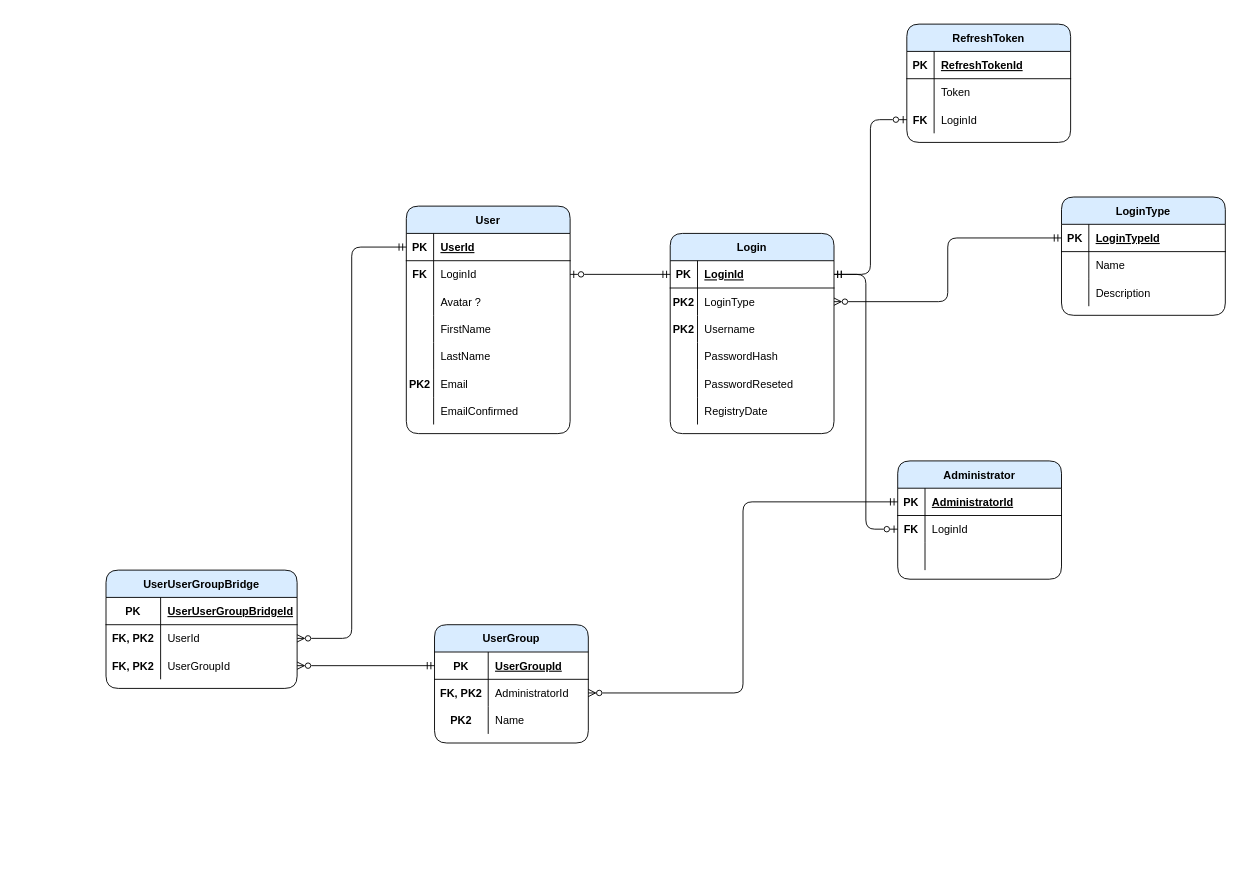
This is Database/Diagrams/TestPointERD.drawio from denleo/TestPoint, a draw.io file, before an edit. Source tidied: cells renumbered, new cells numbered last; positions are measured from the earlier drawing's top-left corner, leaving out a move shared by most shapes. Both pictures are drawn from the tidied source at 91%, with x=0, y=0 at pixel (106, 24).
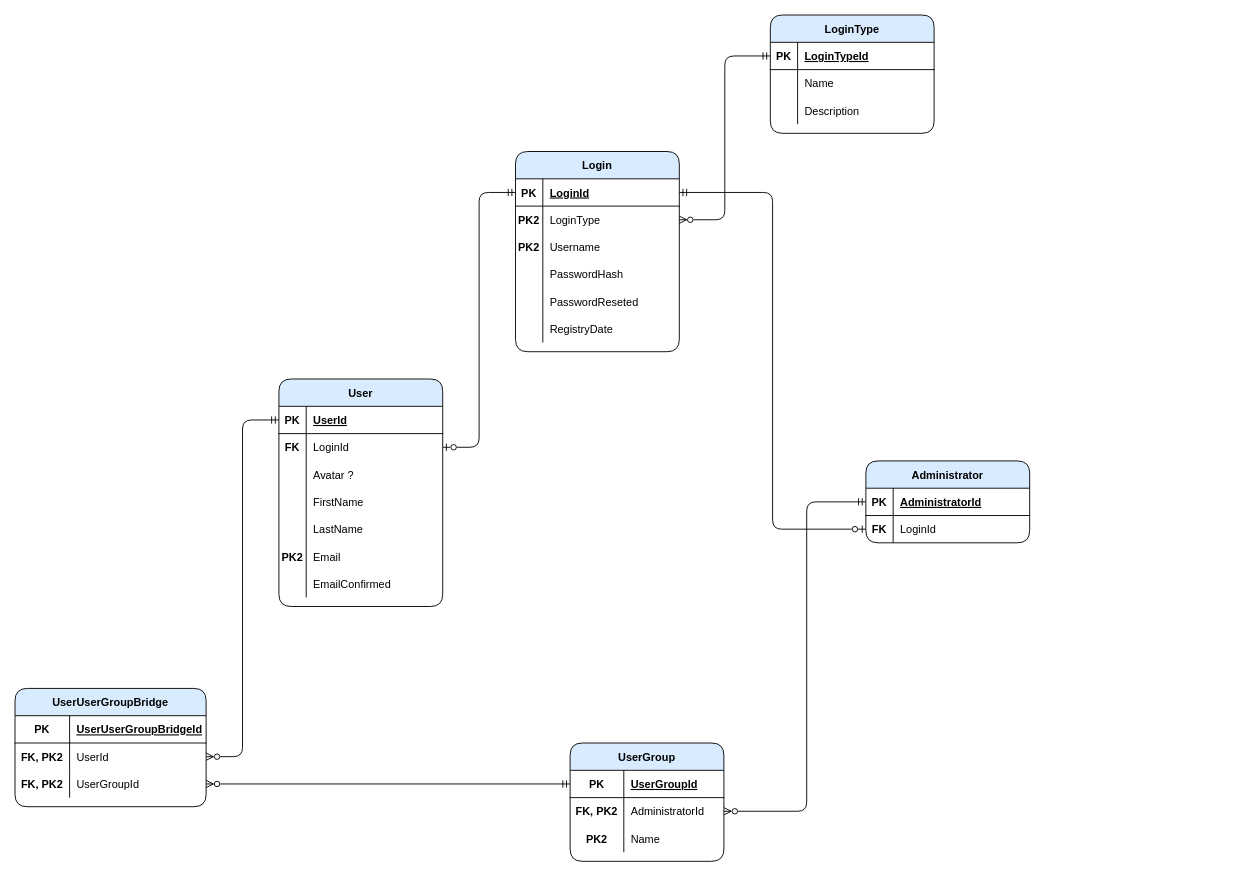
The same diagram, later.

Unchanged cells that the change refers to:
```xml
<mxCell id="3" style="shape=tableRow;horizontal=0;startSize=0;swimlaneHead=0;swimlaneBody=0;fillColor=none;points=[[0,0.5],[1,0.5]];portConstraint=eastwest;top=0;left=0;right=0;bottom=1;" parent="2" vertex="1">
  <mxGeometry y="30" width="180" height="30" as="geometry" />
</mxCell>
<mxCell id="48" style="shape=tableRow;horizontal=0;startSize=0;swimlaneHead=0;swimlaneBody=0;fillColor=none;points=[[0,0.5],[1,0.5]];portConstraint=eastwest;top=0;left=0;right=0;bottom=0;" parent="44" vertex="1">
  <mxGeometry y="60" width="169" height="30" as="geometry" />
</mxCell>
<mxCell id="68" style="shape=tableRow;horizontal=0;startSize=0;swimlaneHead=0;swimlaneBody=0;fillColor=none;points=[[0,0.5],[1,0.5]];portConstraint=eastwest;top=0;left=0;right=0;bottom=1;" parent="67" vertex="1">
  <mxGeometry y="30" width="180" height="30" as="geometry" />
</mxCell>
```

The edit, as a diff of the source:
```diff
@@
     <mxCell id="2" value="Login" style="shape=table;startSize=30;childLayout=tableLayout;rowLines=0;fontStyle=1;align=center;fillStyle=solid;fillColor=#D9ECFF;rounded=1;" parent="1" vertex="1">
-      <mxGeometry x="620" y="230" width="180" height="220" as="geometry" />
+      <mxGeometry x="450" y="140" width="180" height="220" as="geometry" />
     </mxCell>
@@
     <mxCell id="21" value="User" style="shape=table;startSize=30;childLayout=tableLayout;rowLines=0;fontStyle=1;align=center;fillStyle=solid;fillColor=#D9ECFF;rounded=1;" parent="1" vertex="1">
-      <mxGeometry x="330" y="200" width="180" height="250" as="geometry" />
+      <mxGeometry x="190" y="390" width="180" height="250" as="geometry" />
     </mxCell>
@@
     <mxCell id="44" value="UserGroup" style="shape=table;startSize=30;childLayout=tableLayout;rowLines=0;fontStyle=1;align=center;fillStyle=solid;fillColor=#D9ECFF;rounded=1;" parent="1" vertex="1">
-      <mxGeometry x="361" y="660" width="169" height="130" as="geometry" />
+      <mxGeometry x="510" y="790" width="169" height="130" as="geometry" />
     </mxCell>
@@
     <mxCell id="54" style="edgeStyle=orthogonalEdgeStyle;fontSize=12;html=1;endArrow=ERzeroToMany;startArrow=ERmandOne;rounded=1;entryX=1;entryY=0.5;entryDx=0;entryDy=0;endFill=0;exitX=0;exitY=0.5;exitDx=0;exitDy=0;" parent="1" edge="1" source="68" target="48">
-      <mxGeometry relative="1" as="geometry" />
+      <mxGeometry relative="1" as="geometry">
+        <Array as="points">
+          <mxPoint x="770" y="525" />
+          <mxPoint x="770" y="865" />
+        </Array>
+      </mxGeometry>
     </mxCell>
     <mxCell id="55" value="UserUserGroupBridge" style="shape=table;startSize=30;childLayout=tableLayout;rowLines=0;fontStyle=1;align=center;fillStyle=solid;fillColor=#D9ECFF;rounded=1;" parent="1" vertex="1">
-      <mxGeometry y="600" width="210" height="130" as="geometry" />
+      <mxGeometry x="-100" y="730" width="210" height="130" as="geometry" />
     </mxCell>
@@
     <mxCell id="67" value="Administrator" style="shape=table;startSize=30;childLayout=tableLayout;rowLines=0;fontStyle=1;align=center;fillStyle=solid;fillColor=#D9ECFF;rounded=1;" parent="1" vertex="1">
-      <mxGeometry x="870" y="480" width="180" height="130" as="geometry" />
+      <mxGeometry x="835" y="480" width="180" height="90" as="geometry" />
     </mxCell>
@@
-    <mxCell id="74" style="shape=tableRow;horizontal=0;startSize=0;swimlaneHead=0;swimlaneBody=0;fillColor=none;top=0;left=0;right=0;bottom=0;" parent="67" vertex="1">
-      <mxGeometry y="90" width="180" height="30" as="geometry" />
-    </mxCell>
-    <mxCell id="75" style="shape=partialRectangle;fillColor=none;top=0;left=0;bottom=0;right=0;overflow=hidden;" parent="74" vertex="1">
-      <mxGeometry width="30" height="30" as="geometry" />
-    </mxCell>
-    <mxCell id="76" style="shape=partialRectangle;fillColor=none;top=0;left=0;bottom=0;right=0;align=left;spacingLeft=6;overflow=hidden;" parent="74" vertex="1">
-      <mxGeometry x="30" width="150" height="30" as="geometry" />
-    </mxCell>
@@
     <mxCell id="78" value="LoginType" style="shape=table;startSize=30;childLayout=tableLayout;rowLines=0;fontStyle=1;align=center;fillStyle=solid;fillColor=#D9ECFF;rounded=1;" parent="1" vertex="1">
-      <mxGeometry x="1050" y="190" width="180" height="130" as="geometry" />
+      <mxGeometry x="730" y="-10" width="180" height="130" as="geometry" />
     </mxCell>
@@
-    <mxCell id="89" value="RefreshToken" style="shape=table;startSize=30;childLayout=tableLayout;rowLines=0;fontStyle=1;align=center;fillStyle=solid;fillColor=#D9ECFF;rounded=1;" parent="1" vertex="1">
-      <mxGeometry x="880" width="180" height="130" as="geometry" />
-    </mxCell>
-    <mxCell id="90" style="shape=tableRow;horizontal=0;startSize=0;swimlaneHead=0;swimlaneBody=0;fillColor=none;top=0;left=0;right=0;bottom=1;" parent="89" vertex="1">
-      <mxGeometry y="30" width="180" height="30" as="geometry" />
-    </mxCell>
-    <mxCell id="91" value="PK" style="shape=partialRectangle;fillColor=none;top=0;left=0;bottom=0;right=0;fontStyle=1;overflow=hidden;" parent="90" vertex="1">
-      <mxGeometry width="30" height="30" as="geometry" />
-    </mxCell>
-    <mxCell id="92" value="RefreshTokenId" style="shape=partialRectangle;fillColor=none;top=0;left=0;bottom=0;right=0;align=left;spacingLeft=6;fontStyle=5;overflow=hidden;" parent="90" vertex="1">
-      <mxGeometry x="30" width="150" height="30" as="geometry" />
-    </mxCell>
-    <mxCell id="93" style="shape=tableRow;horizontal=0;startSize=0;swimlaneHead=0;swimlaneBody=0;fillColor=none;top=0;left=0;right=0;bottom=0;" parent="89" vertex="1">
-      <mxGeometry y="60" width="180" height="30" as="geometry" />
-    </mxCell>
-    <mxCell id="94" style="shape=partialRectangle;fillColor=none;top=0;left=0;bottom=0;right=0;overflow=hidden;fontStyle=1;" parent="93" vertex="1">
-      <mxGeometry width="30" height="30" as="geometry" />
-    </mxCell>
-    <mxCell id="95" value="Token" style="shape=partialRectangle;fillColor=none;top=0;left=0;bottom=0;right=0;align=left;spacingLeft=6;overflow=hidden;" parent="93" vertex="1">
-      <mxGeometry x="30" width="150" height="30" as="geometry" />
-    </mxCell>
-    <mxCell id="96" style="shape=tableRow;horizontal=0;startSize=0;swimlaneHead=0;swimlaneBody=0;fillColor=none;points=[[0,0.5],[1,0.5]];portConstraint=eastwest;top=0;left=0;right=0;bottom=0;" parent="89" vertex="1">
-      <mxGeometry y="90" width="180" height="30" as="geometry" />
-    </mxCell>
-    <mxCell id="97" value="FK" style="shape=partialRectangle;fillColor=none;top=0;left=0;bottom=0;right=0;overflow=hidden;fontStyle=1;" parent="96" vertex="1">
-      <mxGeometry width="30" height="30" as="geometry" />
-    </mxCell>
-    <mxCell id="98" value="LoginId" style="shape=partialRectangle;fillColor=none;top=0;left=0;bottom=0;right=0;align=left;spacingLeft=6;overflow=hidden;" parent="96" vertex="1">
-      <mxGeometry x="30" width="150" height="30" as="geometry" />
-    </mxCell>
-    <mxCell id="99" style="edgeStyle=orthogonalEdgeStyle;fontSize=12;html=1;endArrow=ERzeroToOne;startArrow=ERmandOne;rounded=1;entryX=0;entryY=0.5;entryDx=0;entryDy=0;exitX=1;exitY=0.5;exitDx=0;exitDy=0;startFill=0;endFill=0;" parent="1" edge="1" source="3" target="96">
-      <mxGeometry relative="1" as="geometry">
-        <Array as="points">
-          <mxPoint x="840" y="275" />
-          <mxPoint x="840" y="105" />
-        </Array>
-      </mxGeometry>
-    </mxCell>
```
